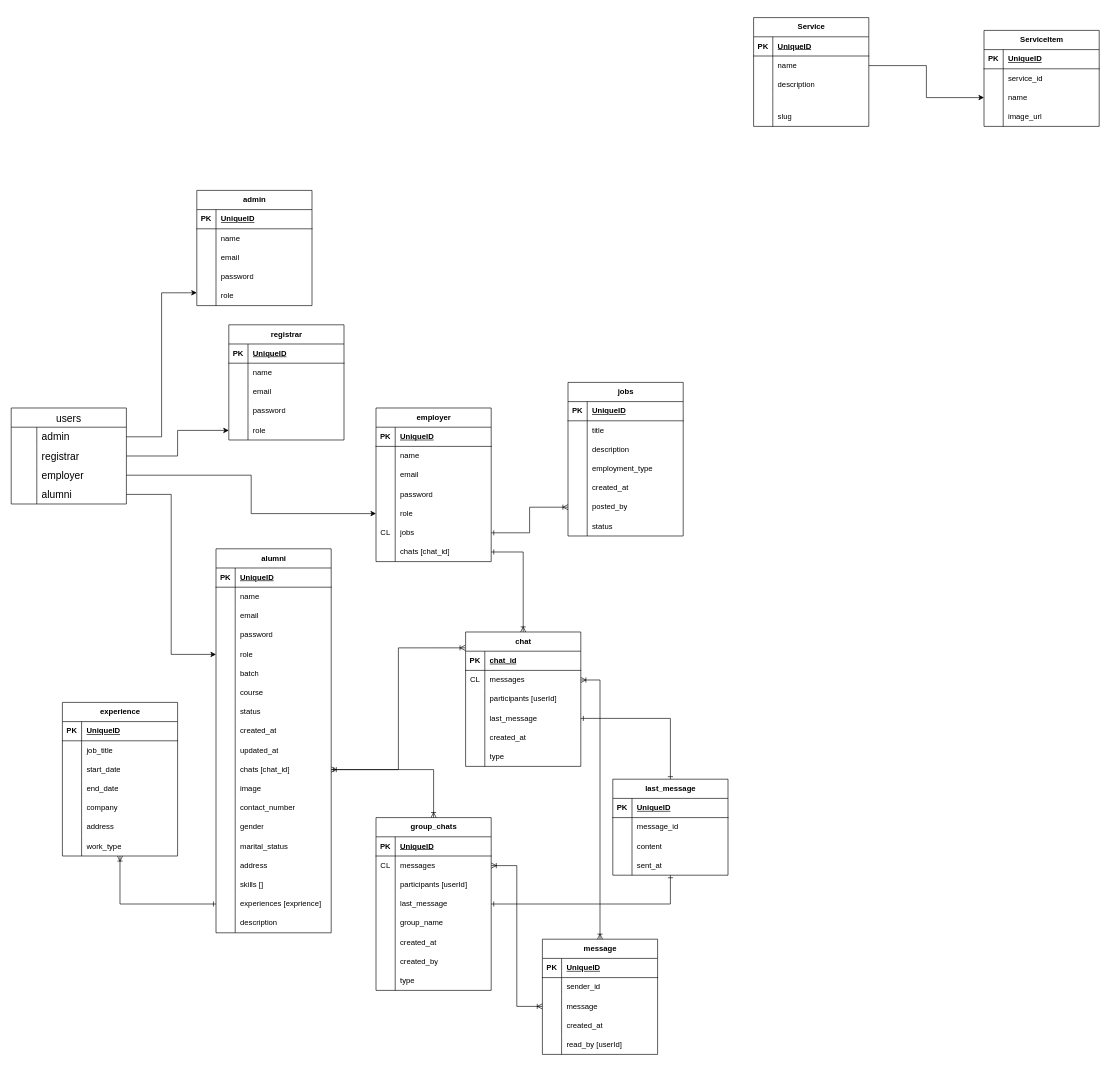
The draw.io diagram docs/ATS-ERD.drawio in 5kydriven/alumni-tracker-system-nuxt, before the edit. Source tidied: cells renumbered, new cells numbered last; positions are measured from the earlier drawing's top-left corner, leaving out a move shared by most shapes. Both pictures are drawn from the tidied source at 64%, with x=0, y=0 at pixel (11, 17).
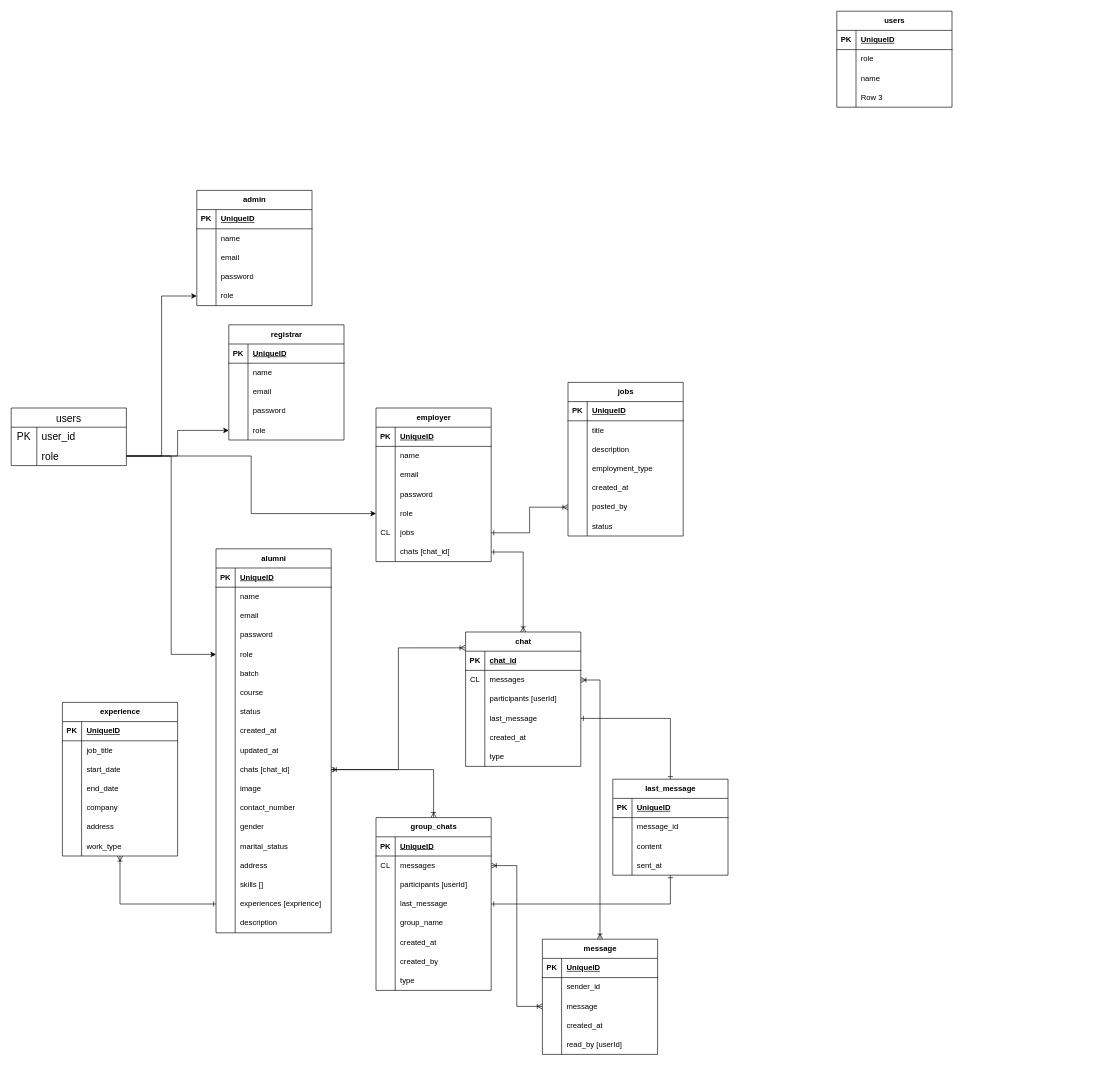
The same page after the edit.

Unchanged cells that the change refers to:
```xml
<mxCell id="15" style="shape=tableRow;horizontal=0;startSize=0;swimlaneHead=0;swimlaneBody=0;fillColor=none;points=[[0,0.5],[1,0.5]];portConstraint=eastwest;top=0;left=0;right=0;bottom=0;" parent="2" vertex="1">
  <mxGeometry y="150" width="180" height="30" as="geometry" />
</mxCell>
<mxCell id="73" style="shape=tableRow;horizontal=0;startSize=0;swimlaneHead=0;swimlaneBody=0;fillColor=none;points=[[0,0.5],[1,0.5]];portConstraint=eastwest;top=0;left=0;right=0;bottom=0;" parent="60" vertex="1">
  <mxGeometry y="150" width="180" height="30" as="geometry" />
</mxCell>
<mxCell id="89" style="shape=tableRow;horizontal=0;startSize=0;swimlaneHead=0;swimlaneBody=0;fillColor=none;points=[[0,0.5],[1,0.5]];portConstraint=eastwest;top=0;left=0;right=0;bottom=0;" parent="76" vertex="1">
  <mxGeometry y="150" width="180" height="30" as="geometry" />
</mxCell>
<mxCell id="183" style="shape=tableRow;horizontal=0;startSize=0;swimlaneHead=0;swimlaneBody=0;top=0;left=0;bottom=0;right=0;fillColor=none;points=[[0,0.5],[1,0.5]];portConstraint=eastwest;strokeColor=inherit;fontSize=16;" parent="182" vertex="1">
  <mxGeometry y="30" width="180" height="30" as="geometry" />
</mxCell>
<mxCell id="186" style="shape=tableRow;horizontal=0;startSize=0;swimlaneHead=0;swimlaneBody=0;top=0;left=0;bottom=0;right=0;fillColor=none;points=[[0,0.5],[1,0.5]];portConstraint=eastwest;strokeColor=inherit;fontSize=16;" parent="182" vertex="1">
  <mxGeometry y="60" width="180" height="30" as="geometry" />
</mxCell>
```

Diff of the diagram source:
```diff
@@
     <mxCell id="182" value="users" style="shape=table;startSize=30;childLayout=tableLayout;rowLines=0;fontStyle=0;strokeColor=default;fontSize=16;" parent="1" vertex="1">
-      <mxGeometry y="610" width="180" height="150" as="geometry" />
+      <mxGeometry y="610" width="180" height="90" as="geometry" />
     </mxCell>
@@
-    <mxCell id="184" style="shape=partialRectangle;html=1;whiteSpace=wrap;fillColor=none;top=0;left=0;bottom=0;right=0;overflow=hidden;strokeColor=inherit;fontSize=16;" parent="183" vertex="1">
+    <mxCell id="184" value="PK" style="shape=partialRectangle;html=1;whiteSpace=wrap;fillColor=none;top=0;left=0;bottom=0;right=0;overflow=hidden;strokeColor=inherit;fontSize=16;" parent="183" vertex="1">
       <mxGeometry width="40" height="30" as="geometry" />
     </mxCell>
-    <mxCell id="185" value="admin" style="shape=partialRectangle;html=1;whiteSpace=wrap;fillColor=none;top=0;left=0;bottom=0;right=0;align=left;spacingLeft=6;overflow=hidden;strokeColor=inherit;fontSize=16;" parent="183" vertex="1">
+    <mxCell id="185" value="user_id" style="shape=partialRectangle;html=1;whiteSpace=wrap;fillColor=none;top=0;left=0;bottom=0;right=0;align=left;spacingLeft=6;overflow=hidden;strokeColor=inherit;fontSize=16;" parent="183" vertex="1">
       <mxGeometry x="40" width="140" height="30" as="geometry" />
     </mxCell>
@@
-    <mxCell id="188" value="registrar" style="shape=partialRectangle;html=1;whiteSpace=wrap;fillColor=none;top=0;left=0;bottom=0;right=0;align=left;spacingLeft=6;overflow=hidden;strokeColor=inherit;fontSize=16;" parent="186" vertex="1">
+    <mxCell id="188" value="role" style="shape=partialRectangle;html=1;whiteSpace=wrap;fillColor=none;top=0;left=0;bottom=0;right=0;align=left;spacingLeft=6;overflow=hidden;strokeColor=inherit;fontSize=16;" parent="186" vertex="1">
       <mxGeometry x="40" width="140" height="30" as="geometry" />
     </mxCell>
-    <mxCell id="189" style="shape=tableRow;horizontal=0;startSize=0;swimlaneHead=0;swimlaneBody=0;top=0;left=0;bottom=0;right=0;fillColor=none;points=[[0,0.5],[1,0.5]];portConstraint=eastwest;strokeColor=inherit;fontSize=16;" parent="182" vertex="1">
-      <mxGeometry y="90" width="180" height="30" as="geometry" />
-    </mxCell>
-    <mxCell id="190" style="shape=partialRectangle;html=1;whiteSpace=wrap;fillColor=none;top=0;left=0;bottom=0;right=0;overflow=hidden;strokeColor=inherit;fontSize=16;" parent="189" vertex="1">
-      <mxGeometry width="40" height="30" as="geometry" />
-    </mxCell>
-    <mxCell id="191" value="employer" style="shape=partialRectangle;html=1;whiteSpace=wrap;fillColor=none;top=0;left=0;bottom=0;right=0;align=left;spacingLeft=6;overflow=hidden;strokeColor=inherit;fontSize=16;" parent="189" vertex="1">
-      <mxGeometry x="40" width="140" height="30" as="geometry" />
-    </mxCell>
-    <mxCell id="192" style="shape=tableRow;horizontal=0;startSize=0;swimlaneHead=0;swimlaneBody=0;top=0;left=0;bottom=0;right=0;fillColor=none;points=[[0,0.5],[1,0.5]];portConstraint=eastwest;strokeColor=inherit;fontSize=16;" parent="182" vertex="1">
-      <mxGeometry y="120" width="180" height="30" as="geometry" />
-    </mxCell>
-    <mxCell id="193" style="shape=partialRectangle;html=1;whiteSpace=wrap;fillColor=none;top=0;left=0;bottom=0;right=0;overflow=hidden;strokeColor=inherit;fontSize=16;" parent="192" vertex="1">
-      <mxGeometry width="40" height="30" as="geometry" />
-    </mxCell>
-    <mxCell id="194" value="alumni" style="shape=partialRectangle;html=1;whiteSpace=wrap;fillColor=none;top=0;left=0;bottom=0;right=0;align=left;spacingLeft=6;overflow=hidden;strokeColor=inherit;fontSize=16;" parent="192" vertex="1">
-      <mxGeometry x="40" width="140" height="30" as="geometry" />
-    </mxCell>
-    <mxCell id="195" style="edgeStyle=orthogonalEdgeStyle;rounded=0;jettySize=auto;html=1;exitX=1;exitY=0.5;exitDx=0;exitDy=0;entryX=0;entryY=0.333;entryDx=0;entryDy=0;entryPerimeter=0;" parent="1" edge="1" source="183" target="73">
-      <mxGeometry relative="1" as="geometry" />
-    </mxCell>
@@
-    <mxCell id="197" style="edgeStyle=orthogonalEdgeStyle;rounded=0;jettySize=auto;html=1;exitX=1;exitY=0.5;exitDx=0;exitDy=0;entryX=0;entryY=0.5;entryDx=0;entryDy=0;" parent="1" edge="1" source="189" target="89">
+    <mxCell id="197" style="edgeStyle=orthogonalEdgeStyle;rounded=0;jettySize=auto;html=1;entryX=0;entryY=0.5;entryDx=0;entryDy=0;" parent="1" edge="1" source="186" target="89">
       <mxGeometry relative="1" as="geometry" />
     </mxCell>
@@
-    <mxCell id="222" style="edgeStyle=orthogonalEdgeStyle;rounded=0;jettySize=auto;html=1;exitX=1;exitY=0.5;exitDx=0;exitDy=0;entryX=0;entryY=0.5;entryDx=0;entryDy=0;" parent="1" edge="1" source="192" target="15">
+    <mxCell id="222" style="edgeStyle=orthogonalEdgeStyle;rounded=0;jettySize=auto;html=1;entryX=0;entryY=0.5;entryDx=0;entryDy=0;" parent="1" edge="1" source="186" target="15">
       <mxGeometry relative="1" as="geometry" />
     </mxCell>
@@
-    <mxCell id="257" value="Service" style="shape=table;startSize=30;childLayout=tableLayout;rowLines=0;fontStyle=1;align=center;html=1;" parent="1" vertex="1">
-      <mxGeometry x="1160" width="180" height="170" as="geometry" />
-    </mxCell>
-    <mxCell id="258" style="shape=tableRow;horizontal=0;startSize=0;swimlaneHead=0;swimlaneBody=0;fillColor=none;top=0;left=0;right=0;bottom=1;" parent="257" vertex="1">
-      <mxGeometry y="30" width="180" height="30" as="geometry" />
-    </mxCell>
-    <mxCell id="259" value="PK" style="shape=partialRectangle;fillColor=none;top=0;left=0;bottom=0;right=0;fontStyle=1;overflow=hidden;whiteSpace=wrap;html=1;" parent="258" vertex="1">
-      <mxGeometry width="30" height="30" as="geometry" />
-    </mxCell>
-    <mxCell id="260" value="UniqueID" style="shape=partialRectangle;fillColor=none;top=0;left=0;bottom=0;right=0;align=left;spacingLeft=6;fontStyle=5;overflow=hidden;whiteSpace=wrap;html=1;" parent="258" vertex="1">
-      <mxGeometry x="30" width="150" height="30" as="geometry" />
-    </mxCell>
-    <mxCell id="261" style="shape=tableRow;horizontal=0;startSize=0;swimlaneHead=0;swimlaneBody=0;fillColor=none;points=[[0,0.5],[1,0.5]];portConstraint=eastwest;top=0;left=0;right=0;bottom=0;" parent="257" vertex="1">
-      <mxGeometry y="60" width="180" height="30" as="geometry" />
-    </mxCell>
-    <mxCell id="262" style="shape=partialRectangle;fillColor=none;top=0;left=0;bottom=0;right=0;overflow=hidden;whiteSpace=wrap;html=1;" parent="261" vertex="1">
-      <mxGeometry width="30" height="30" as="geometry" />
-    </mxCell>
-    <mxCell id="263" value="name" style="shape=partialRectangle;fillColor=none;top=0;left=0;bottom=0;right=0;align=left;spacingLeft=6;overflow=hidden;whiteSpace=wrap;html=1;" parent="261" vertex="1">
-      <mxGeometry x="30" width="150" height="30" as="geometry" />
-    </mxCell>
-    <mxCell id="264" style="shape=tableRow;horizontal=0;startSize=0;swimlaneHead=0;swimlaneBody=0;fillColor=none;top=0;left=0;right=0;bottom=0;" parent="257" vertex="1">
-      <mxGeometry y="90" width="180" height="30" as="geometry" />
-    </mxCell>
-    <mxCell id="265" style="shape=partialRectangle;fillColor=none;top=0;left=0;bottom=0;right=0;overflow=hidden;whiteSpace=wrap;html=1;" parent="264" vertex="1">
-      <mxGeometry width="30" height="30" as="geometry" />
-    </mxCell>
-    <mxCell id="266" value="description" style="shape=partialRectangle;fillColor=none;top=0;left=0;bottom=0;right=0;align=left;spacingLeft=6;overflow=hidden;whiteSpace=wrap;html=1;" parent="264" vertex="1">
-      <mxGeometry x="30" width="150" height="30" as="geometry" />
-    </mxCell>
-    <mxCell id="267" style="shape=tableRow;horizontal=0;startSize=0;swimlaneHead=0;swimlaneBody=0;fillColor=none;top=0;left=0;right=0;bottom=0;" parent="257" vertex="1">
-      <mxGeometry y="120" width="180" height="20" as="geometry" />
-    </mxCell>
-    <mxCell id="268" style="shape=partialRectangle;fillColor=none;top=0;left=0;bottom=0;right=0;overflow=hidden;whiteSpace=wrap;html=1;" parent="267" vertex="1">
-      <mxGeometry width="30" height="20" as="geometry" />
-    </mxCell>
-    <mxCell id="269" style="shape=partialRectangle;fillColor=none;top=0;left=0;bottom=0;right=0;align=left;spacingLeft=6;overflow=hidden;whiteSpace=wrap;html=1;" parent="267" vertex="1">
-      <mxGeometry x="30" width="150" height="20" as="geometry" />
-    </mxCell>
-    <mxCell id="270" style="shape=tableRow;horizontal=0;startSize=0;swimlaneHead=0;swimlaneBody=0;fillColor=none;top=0;left=0;right=0;bottom=0;" parent="257" vertex="1">
-      <mxGeometry y="140" width="180" height="30" as="geometry" />
-    </mxCell>
-    <mxCell id="271" style="shape=partialRectangle;fillColor=none;top=0;left=0;bottom=0;right=0;overflow=hidden;whiteSpace=wrap;html=1;" parent="270" vertex="1">
-      <mxGeometry width="30" height="30" as="geometry" />
-    </mxCell>
-    <mxCell id="272" value="slug" style="shape=partialRectangle;fillColor=none;top=0;left=0;bottom=0;right=0;align=left;spacingLeft=6;overflow=hidden;whiteSpace=wrap;html=1;" parent="270" vertex="1">
-      <mxGeometry x="30" width="150" height="30" as="geometry" />
-    </mxCell>
-    <mxCell id="273" value="ServiceItem" style="shape=table;startSize=30;childLayout=tableLayout;rowLines=0;fontStyle=1;align=center;html=1;" parent="1" vertex="1">
-      <mxGeometry x="1520" y="20" width="180" height="150" as="geometry" />
-    </mxCell>
-    <mxCell id="274" style="shape=tableRow;horizontal=0;startSize=0;swimlaneHead=0;swimlaneBody=0;fillColor=none;top=0;left=0;right=0;bottom=1;" parent="273" vertex="1">
-      <mxGeometry y="30" width="180" height="30" as="geometry" />
-    </mxCell>
-    <mxCell id="275" value="PK" style="shape=partialRectangle;fillColor=none;top=0;left=0;bottom=0;right=0;fontStyle=1;overflow=hidden;whiteSpace=wrap;html=1;" parent="274" vertex="1">
-      <mxGeometry width="30" height="30" as="geometry" />
-    </mxCell>
-    <mxCell id="276" value="UniqueID" style="shape=partialRectangle;fillColor=none;top=0;left=0;bottom=0;right=0;align=left;spacingLeft=6;fontStyle=5;overflow=hidden;whiteSpace=wrap;html=1;" parent="274" vertex="1">
-      <mxGeometry x="30" width="150" height="30" as="geometry" />
-    </mxCell>
-    <mxCell id="277" style="shape=tableRow;horizontal=0;startSize=0;swimlaneHead=0;swimlaneBody=0;fillColor=none;top=0;left=0;right=0;bottom=0;" parent="273" vertex="1">
-      <mxGeometry y="60" width="180" height="30" as="geometry" />
-    </mxCell>
-    <mxCell id="278" style="shape=partialRectangle;fillColor=none;top=0;left=0;bottom=0;right=0;overflow=hidden;whiteSpace=wrap;html=1;" parent="277" vertex="1">
-      <mxGeometry width="30" height="30" as="geometry" />
-    </mxCell>
-    <mxCell id="279" value="service_id" style="shape=partialRectangle;fillColor=none;top=0;left=0;bottom=0;right=0;align=left;spacingLeft=6;overflow=hidden;whiteSpace=wrap;html=1;" parent="277" vertex="1">
-      <mxGeometry x="30" width="150" height="30" as="geometry" />
-    </mxCell>
-    <mxCell id="280" style="shape=tableRow;horizontal=0;startSize=0;swimlaneHead=0;swimlaneBody=0;fillColor=none;points=[[0,0.5],[1,0.5]];portConstraint=eastwest;top=0;left=0;right=0;bottom=0;" parent="273" vertex="1">
-      <mxGeometry y="90" width="180" height="30" as="geometry" />
-    </mxCell>
-    <mxCell id="281" style="shape=partialRectangle;fillColor=none;top=0;left=0;bottom=0;right=0;overflow=hidden;whiteSpace=wrap;html=1;" parent="280" vertex="1">
-      <mxGeometry width="30" height="30" as="geometry" />
-    </mxCell>
-    <mxCell id="282" value="name" style="shape=partialRectangle;fillColor=none;top=0;left=0;bottom=0;right=0;align=left;spacingLeft=6;overflow=hidden;whiteSpace=wrap;html=1;" parent="280" vertex="1">
-      <mxGeometry x="30" width="150" height="30" as="geometry" />
-    </mxCell>
+    <mxCell id="287" value="users" style="shape=table;startSize=30;childLayout=tableLayout;rowLines=0;fontStyle=1;align=center;html=1;" parent="1" vertex="1">
+      <mxGeometry x="1290" y="-10" width="180" height="150" as="geometry" />
+    </mxCell>
+    <mxCell id="288" style="shape=tableRow;horizontal=0;startSize=0;swimlaneHead=0;swimlaneBody=0;fillColor=none;top=0;left=0;right=0;bottom=1;" parent="287" vertex="1">
+      <mxGeometry y="30" width="180" height="30" as="geometry" />
+    </mxCell>
+    <mxCell id="289" value="PK" style="shape=partialRectangle;fillColor=none;top=0;left=0;bottom=0;right=0;fontStyle=1;overflow=hidden;whiteSpace=wrap;html=1;" parent="288" vertex="1">
+      <mxGeometry width="30" height="30" as="geometry" />
+    </mxCell>
+    <mxCell id="290" value="UniqueID" style="shape=partialRectangle;fillColor=none;top=0;left=0;bottom=0;right=0;align=left;spacingLeft=6;fontStyle=5;overflow=hidden;whiteSpace=wrap;html=1;" parent="288" vertex="1">
+      <mxGeometry x="30" width="150" height="30" as="geometry" />
+    </mxCell>
+    <mxCell id="291" style="shape=tableRow;horizontal=0;startSize=0;swimlaneHead=0;swimlaneBody=0;fillColor=none;top=0;left=0;right=0;bottom=0;" parent="287" vertex="1">
+      <mxGeometry y="60" width="180" height="30" as="geometry" />
+    </mxCell>
+    <mxCell id="292" style="shape=partialRectangle;fillColor=none;top=0;left=0;bottom=0;right=0;overflow=hidden;whiteSpace=wrap;html=1;" parent="291" vertex="1">
+      <mxGeometry width="30" height="30" as="geometry" />
+    </mxCell>
+    <mxCell id="293" value="role" style="shape=partialRectangle;fillColor=none;top=0;left=0;bottom=0;right=0;align=left;spacingLeft=6;overflow=hidden;whiteSpace=wrap;html=1;" parent="291" vertex="1">
+      <mxGeometry x="30" width="150" height="30" as="geometry" />
+    </mxCell>
+    <mxCell id="294" style="shape=tableRow;horizontal=0;startSize=0;swimlaneHead=0;swimlaneBody=0;fillColor=none;top=0;left=0;right=0;bottom=0;" parent="287" vertex="1">
+      <mxGeometry y="90" width="180" height="30" as="geometry" />
+    </mxCell>
+    <mxCell id="295" style="shape=partialRectangle;fillColor=none;top=0;left=0;bottom=0;right=0;overflow=hidden;whiteSpace=wrap;html=1;" parent="294" vertex="1">
+      <mxGeometry width="30" height="30" as="geometry" />
+    </mxCell>
+    <mxCell id="296" value="name" style="shape=partialRectangle;fillColor=none;top=0;left=0;bottom=0;right=0;align=left;spacingLeft=6;overflow=hidden;whiteSpace=wrap;html=1;" parent="294" vertex="1">
+      <mxGeometry x="30" width="150" height="30" as="geometry" />
+    </mxCell>
-    <mxCell id="283" style="shape=tableRow;horizontal=0;startSize=0;swimlaneHead=0;swimlaneBody=0;fillColor=none;top=0;left=0;right=0;bottom=0;" parent="273" vertex="1">
+    <mxCell id="283" style="shape=tableRow;horizontal=0;startSize=0;swimlaneHead=0;swimlaneBody=0;fillColor=none;top=0;left=0;right=0;bottom=0;" parent="287" vertex="1">
       <mxGeometry y="120" width="180" height="30" as="geometry" />
     </mxCell>
-    <mxCell id="284" style="shape=partialRectangle;fillColor=none;top=0;left=0;bottom=0;right=0;overflow=hidden;whiteSpace=wrap;html=1;" parent="283" vertex="1">
-      <mxGeometry width="30" height="30" as="geometry" />
-    </mxCell>
-    <mxCell id="285" value="image_url" style="shape=partialRectangle;fillColor=none;top=0;left=0;bottom=0;right=0;align=left;spacingLeft=6;overflow=hidden;whiteSpace=wrap;html=1;" parent="283" vertex="1">
-      <mxGeometry x="30" width="150" height="30" as="geometry" />
-    </mxCell>
-    <mxCell id="286" style="edgeStyle=orthogonalEdgeStyle;rounded=0;jettySize=auto;html=1;exitX=1;exitY=0.5;exitDx=0;exitDy=0;entryX=0;entryY=0.5;entryDx=0;entryDy=0;" parent="1" edge="1" source="261" target="280">
-      <mxGeometry relative="1" as="geometry" />
-    </mxCell>
+    <mxCell id="297" style="shape=partialRectangle;fillColor=none;top=0;left=0;bottom=0;right=0;overflow=hidden;whiteSpace=wrap;html=1;" parent="283" vertex="1">
+      <mxGeometry width="30" height="30" as="geometry" />
+    </mxCell>
+    <mxCell id="298" value="Row 3" style="shape=partialRectangle;fillColor=none;top=0;left=0;bottom=0;right=0;align=left;spacingLeft=6;overflow=hidden;whiteSpace=wrap;html=1;" parent="283" vertex="1">
+      <mxGeometry x="30" width="150" height="30" as="geometry" />
+    </mxCell>
+    <mxCell id="299" style="edgeStyle=orthogonalEdgeStyle;rounded=0;jettySize=auto;html=1;exitX=1;exitY=0.5;exitDx=0;exitDy=0;entryX=0;entryY=0.5;entryDx=0;entryDy=0;" parent="1" edge="1" source="186" target="73">
+      <mxGeometry relative="1" as="geometry" />
+    </mxCell>
```
